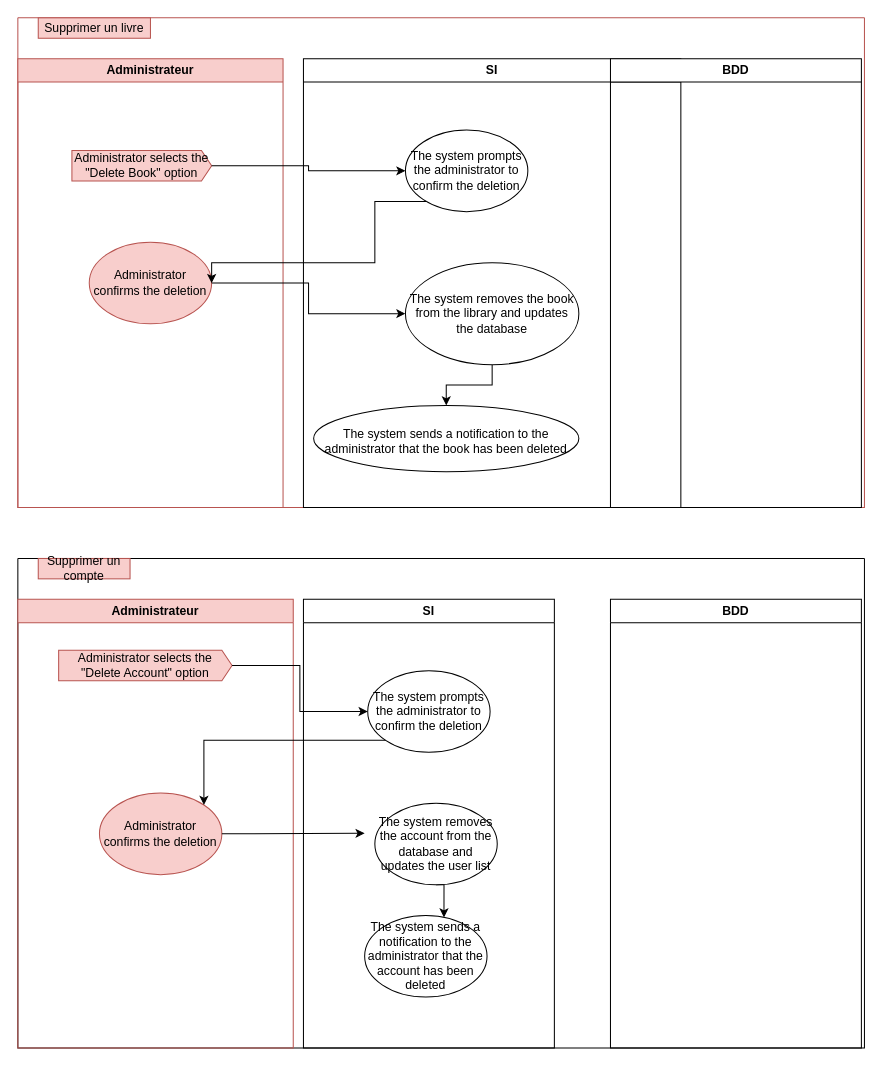
Earlier version of the draw.io diagram page "Diagramme_sequenceAdmin" (3 of 7) of DrawWeBook.drawio (caminomenorca/Projet-bibliotheque-poec). Source tidied: cells renumbered, new cells numbered last; positions are measured from the earlier drawing's top-left corner, leaving out a move shared by most shapes. Both pictures are drawn from the tidied source at 102%, with x=0, y=0 at pixel (17, 17).
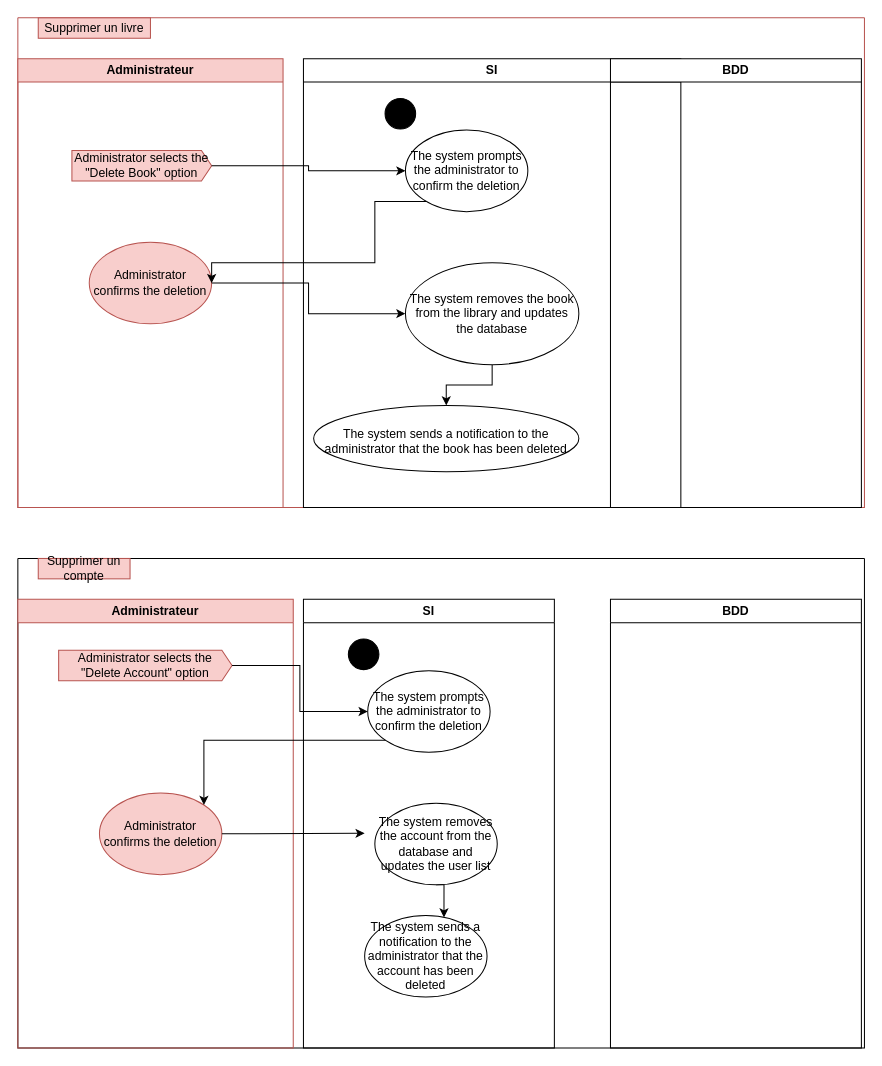
The same diagram, later.

Unchanged cells that the change refers to:
```xml
<mxCell id="7" value="SI" style="swimlane;whiteSpace=wrap;html=1;" parent="2" vertex="1">
  <mxGeometry x="280" y="40" width="370" height="440" as="geometry" />
</mxCell>
<mxCell id="21" value="SI" style="swimlane;whiteSpace=wrap;html=1;" parent="16" vertex="1">
  <mxGeometry x="280" y="40" width="246" height="440" as="geometry" />
</mxCell>
```

What changed in the source:
```diff
@@
+    <mxCell id="30" style="ellipse;fillColor=strokeColor;" parent="7" vertex="1">
+      <mxGeometry x="80" y="39" width="30" height="30" as="geometry" />
+    </mxCell>
@@
+    <mxCell id="31" style="ellipse;fillColor=strokeColor;" parent="21" vertex="1">
+      <mxGeometry x="44" y="39" width="30" height="30" as="geometry" />
+    </mxCell>
```
